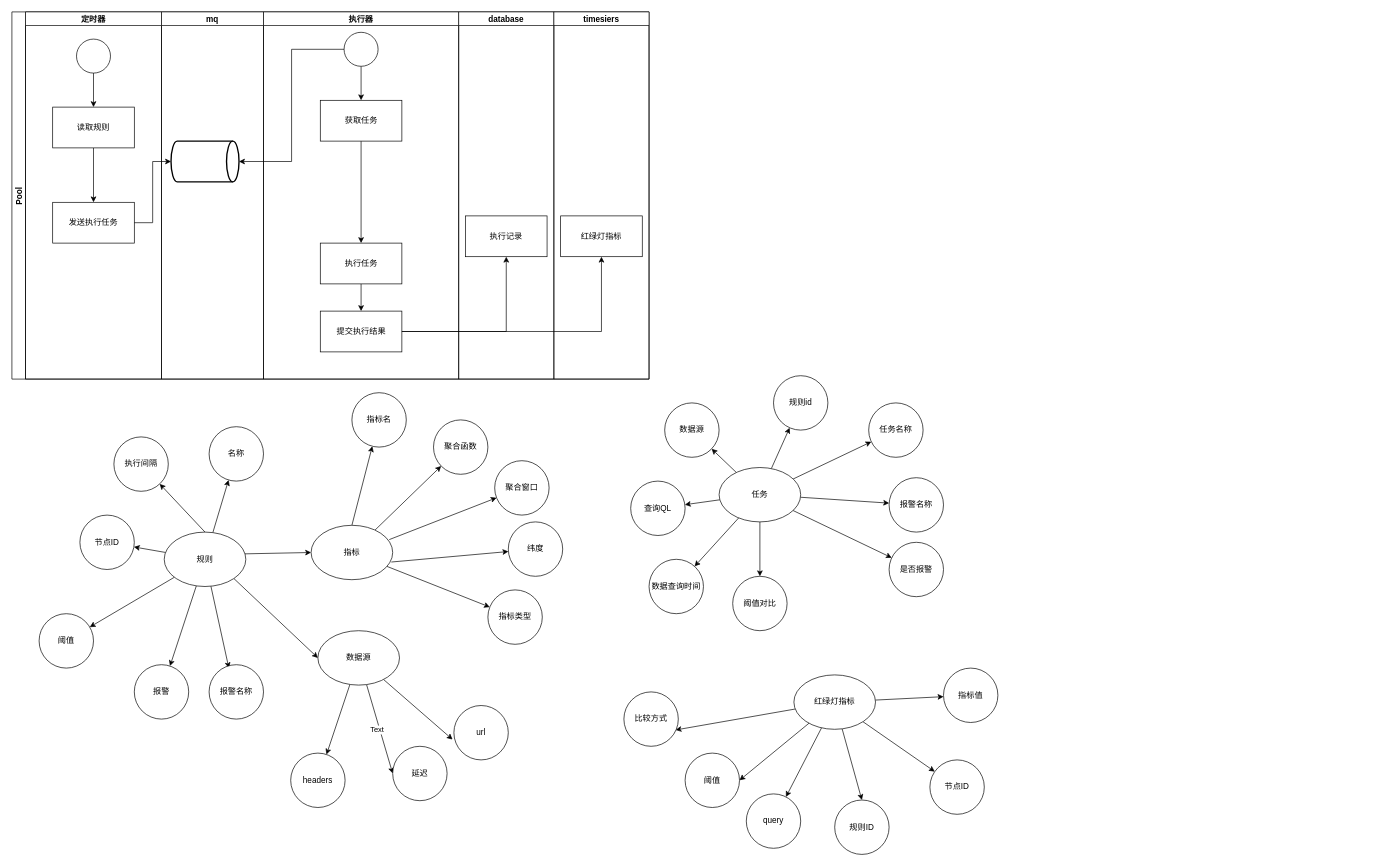
Earlier version of the draw.io diagram 红绿灯.drawio (biuboombiuboom/mydrawio). Source tidied: cells renumbered, new cells numbered last; positions are measured from the earlier drawing's top-left corner, leaving out a move shared by most shapes. Both pictures are drawn from the tidied source at 68%, with x=0, y=0 at pixel (12, 12).
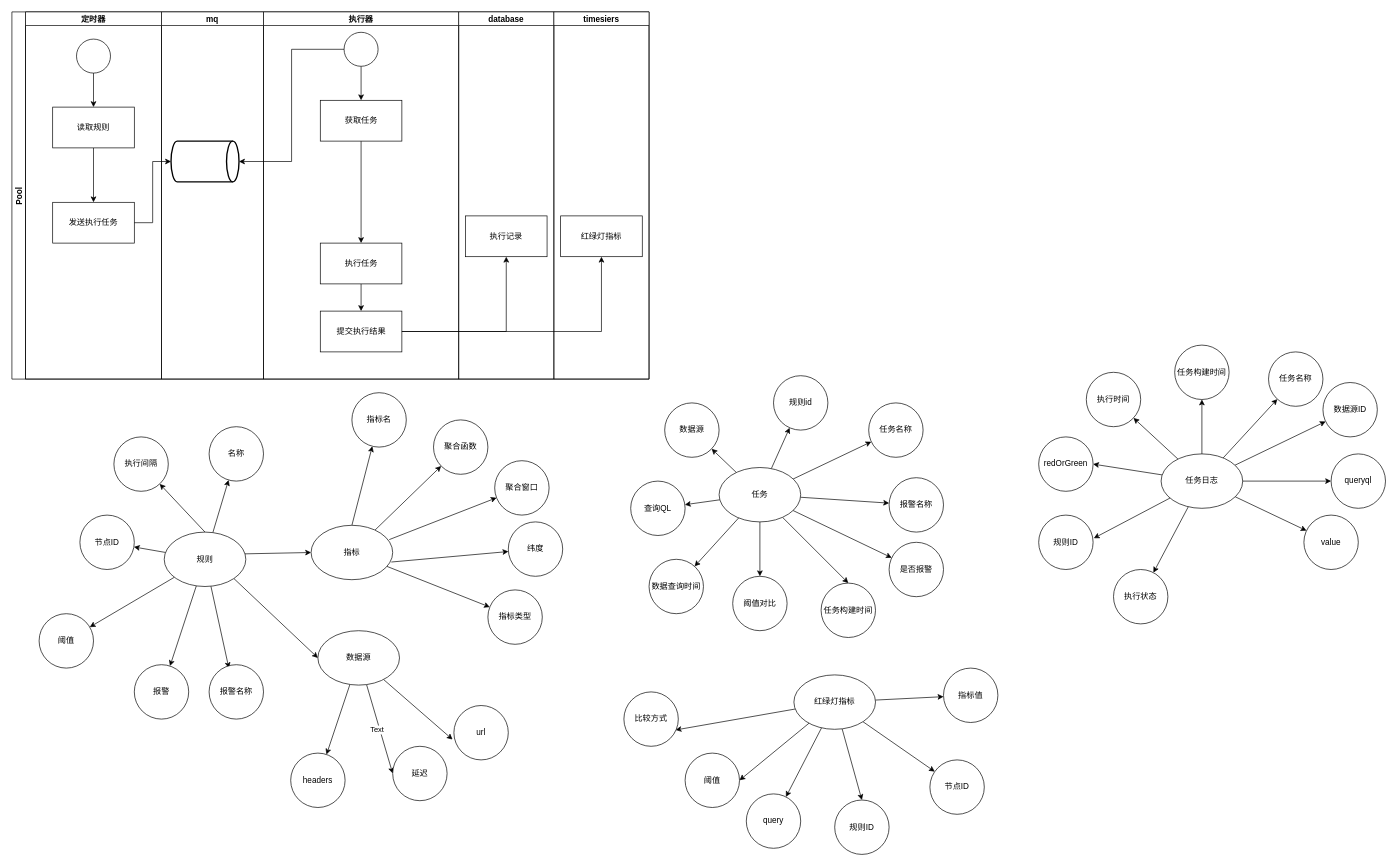
After the change.

Commit message:
更新红绿灯.drawio

The change refers to these unchanged cells:
```xml
<mxCell id="64" value="任务" style="ellipse;whiteSpace=wrap;html=1;" parent="1" vertex="1">
  <mxGeometry x="1040" y="670" width="120" height="80" as="geometry" />
</mxCell>
```

Diff of the diagram source:
```diff
@@
+    <mxCell id="91" style="rounded=0;jettySize=auto;html=1;entryX=0.5;entryY=0;entryDx=0;entryDy=0;" parent="1" edge="1" source="64" target="92">
+      <mxGeometry relative="1" as="geometry" />
+    </mxCell>
@@
+    <mxCell id="92" value="任务构建时间" style="ellipse;whiteSpace=wrap;html=1;" parent="1" vertex="1">
+      <mxGeometry x="1190" y="840" width="80" height="80" as="geometry" />
+    </mxCell>
+    <mxCell id="93" style="rounded=0;jettySize=auto;html=1;" parent="1" edge="1" source="102" target="103">
+      <mxGeometry relative="1" as="geometry" />
+    </mxCell>
+    <mxCell id="94" style="rounded=0;jettySize=auto;html=1;" parent="1" edge="1" source="102" target="104">
+      <mxGeometry relative="1" as="geometry" />
+    </mxCell>
+    <mxCell id="95" style="rounded=0;jettySize=auto;html=1;" parent="1" edge="1" source="102" target="105">
+      <mxGeometry relative="1" as="geometry" />
+    </mxCell>
+    <mxCell id="96" style="rounded=0;jettySize=auto;html=1;" parent="1" edge="1" source="102" target="106">
+      <mxGeometry relative="1" as="geometry" />
+    </mxCell>
+    <mxCell id="97" style="rounded=0;jettySize=auto;html=1;" parent="1" edge="1" source="102" target="107">
+      <mxGeometry relative="1" as="geometry" />
+    </mxCell>
+    <mxCell id="98" style="rounded=0;jettySize=auto;html=1;" parent="1" edge="1" source="102" target="108">
+      <mxGeometry relative="1" as="geometry" />
+    </mxCell>
+    <mxCell id="99" style="edgeStyle=none;rounded=0;jettySize=auto;html=1;entryX=1;entryY=0.5;entryDx=0;entryDy=0;" parent="1" edge="1" source="102" target="109">
+      <mxGeometry relative="1" as="geometry" />
+    </mxCell>
+    <mxCell id="100" style="edgeStyle=none;rounded=0;jettySize=auto;html=1;entryX=1.013;entryY=0.425;entryDx=0;entryDy=0;entryPerimeter=0;" parent="1" edge="1" source="102" target="110">
+      <mxGeometry relative="1" as="geometry" />
+    </mxCell>
+    <mxCell id="101" style="edgeStyle=none;rounded=0;jettySize=auto;html=1;" parent="1" edge="1" source="102" target="111">
+      <mxGeometry relative="1" as="geometry" />
+    </mxCell>
+    <mxCell id="102" value="任务日志" style="ellipse;whiteSpace=wrap;html=1;" parent="1" vertex="1">
+      <mxGeometry x="1690" y="650" width="120" height="80" as="geometry" />
+    </mxCell>
+    <mxCell id="103" value="执行时间" style="ellipse;whiteSpace=wrap;html=1;" parent="1" vertex="1">
+      <mxGeometry x="1580" y="530" width="80" height="80" as="geometry" />
+    </mxCell>
+    <mxCell id="104" value="任务构建时间" style="ellipse;whiteSpace=wrap;html=1;" parent="1" vertex="1">
+      <mxGeometry x="1710" y="490" width="80" height="80" as="geometry" />
+    </mxCell>
+    <mxCell id="105" value="任务名称" style="ellipse;whiteSpace=wrap;html=1;" parent="1" vertex="1">
+      <mxGeometry x="1848" y="500" width="80" height="80" as="geometry" />
+    </mxCell>
+    <mxCell id="106" value="数据源ID" style="ellipse;whiteSpace=wrap;html=1;" parent="1" vertex="1">
+      <mxGeometry x="1928" y="545" width="80" height="80" as="geometry" />
+    </mxCell>
+    <mxCell id="107" value="queryql" style="ellipse;whiteSpace=wrap;html=1;" parent="1" vertex="1">
+      <mxGeometry x="1940" y="650" width="80" height="80" as="geometry" />
+    </mxCell>
+    <mxCell id="108" value="value" style="ellipse;whiteSpace=wrap;html=1;" parent="1" vertex="1">
+      <mxGeometry x="1900" y="740" width="80" height="80" as="geometry" />
+    </mxCell>
+    <mxCell id="109" value="redOrGreen" style="ellipse;whiteSpace=wrap;html=1;" parent="1" vertex="1">
+      <mxGeometry x="1510" y="625" width="80" height="80" as="geometry" />
+    </mxCell>
+    <mxCell id="110" value="规则ID" style="ellipse;whiteSpace=wrap;html=1;" parent="1" vertex="1">
+      <mxGeometry x="1510" y="740" width="80" height="80" as="geometry" />
+    </mxCell>
+    <mxCell id="111" value="执行状态" style="ellipse;whiteSpace=wrap;html=1;" parent="1" vertex="1">
+      <mxGeometry x="1620" y="820" width="80" height="80" as="geometry" />
+    </mxCell>
```
